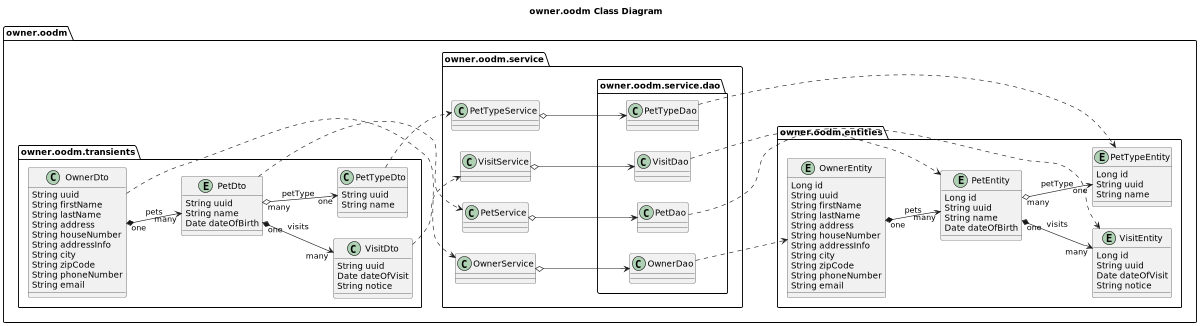
Before: etc/uml/owner/DB__class-owner_oodm_Class_Diagram.png, a diagram exported from PlantUML (Jakarta-EE-Petclinic/petclinic-uml).
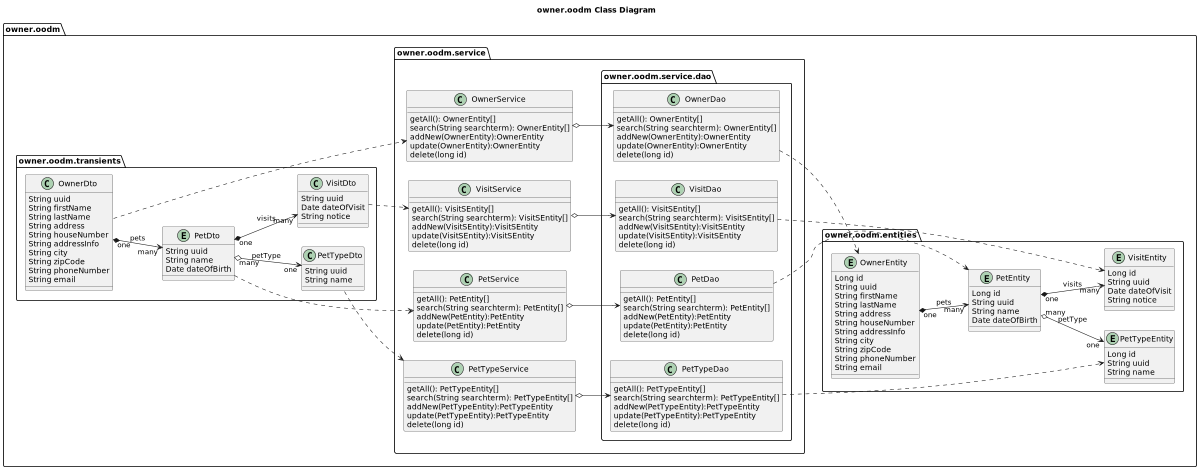
Above is the later version.

What changed in the source:
```diff
@@ -53,29 +53,69 @@
     package owner.oodm.service {
 
         class OwnerService {
+            getAll(): OwnerEntity[]
+            search(String searchterm): OwnerEntity[]
+            addNew(OwnerEntity):OwnerEntity
+            update(OwnerEntity):OwnerEntity
+            delete(long id)
+        }
+
+        class PetTypeService {
+            getAll(): PetTypeEntity[]
+            search(String searchterm): PetTypeEntity[]
+            addNew(PetTypeEntity):PetTypeEntity
+            update(PetTypeEntity):PetTypeEntity
+            delete(long id)
         }
 
         class PetService {
+            getAll(): PetEntity[]
+            search(String searchterm): PetEntity[]
+            addNew(PetEntity):PetEntity
+            update(PetEntity):PetEntity
+            delete(long id)
         }
 
         class VisitService {
-        }
-
-        class PetTypeService {
+            getAll(): VisitSEntity[]
+            search(String searchterm): VisitSEntity[]
+            addNew(VisitSEntity):VisitSEntity
+            update(VisitSEntity):VisitSEntity
+            delete(long id)
         }
 
         package owner.oodm.service.dao {
 
             class OwnerDao {
+                getAll(): OwnerEntity[]
+                search(String searchterm): OwnerEntity[]
+                addNew(OwnerEntity):OwnerEntity
+                update(OwnerEntity):OwnerEntity
+                delete(long id)
+            }
+
+            class PetTypeDao {
+                getAll(): PetTypeEntity[]
+                search(String searchterm): PetTypeEntity[]
+                addNew(PetTypeEntity):PetTypeEntity
+                update(PetTypeEntity):PetTypeEntity
+                delete(long id)
             }
 
             class PetDao {
+                getAll(): PetEntity[]
+                search(String searchterm): PetEntity[]
+                addNew(PetEntity):PetEntity
+                update(PetEntity):PetEntity
+                delete(long id)
             }
 
             class VisitDao {
-            }
-
-            class PetTypeDao {
+                getAll(): VisitSEntity[]
+                search(String searchterm): VisitSEntity[]
+                addNew(VisitSEntity):VisitSEntity
+                update(VisitSEntity):VisitSEntity
+                delete(long id)
             }
 
             OwnerDao ..> OwnerEntity
```
